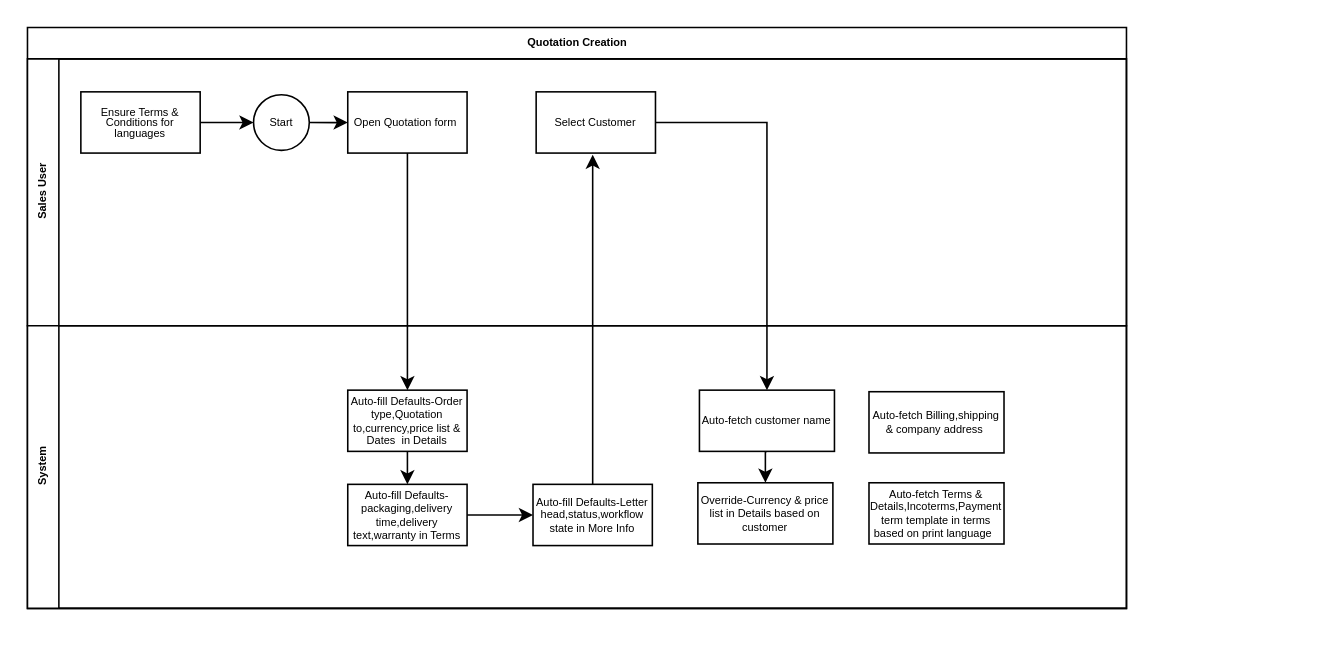
This is SGBCZ Quotation.drawio from Iswariya-LMNAs/Diagrams, a draw.io file, before an edit. Source tidied: cells renumbered, new cells numbered last; positions are measured from the earlier drawing's top-left corner, leaving out a move shared by most shapes. Both pictures are drawn from the tidied source at 157%, with x=0, y=0 at pixel (27, 27).
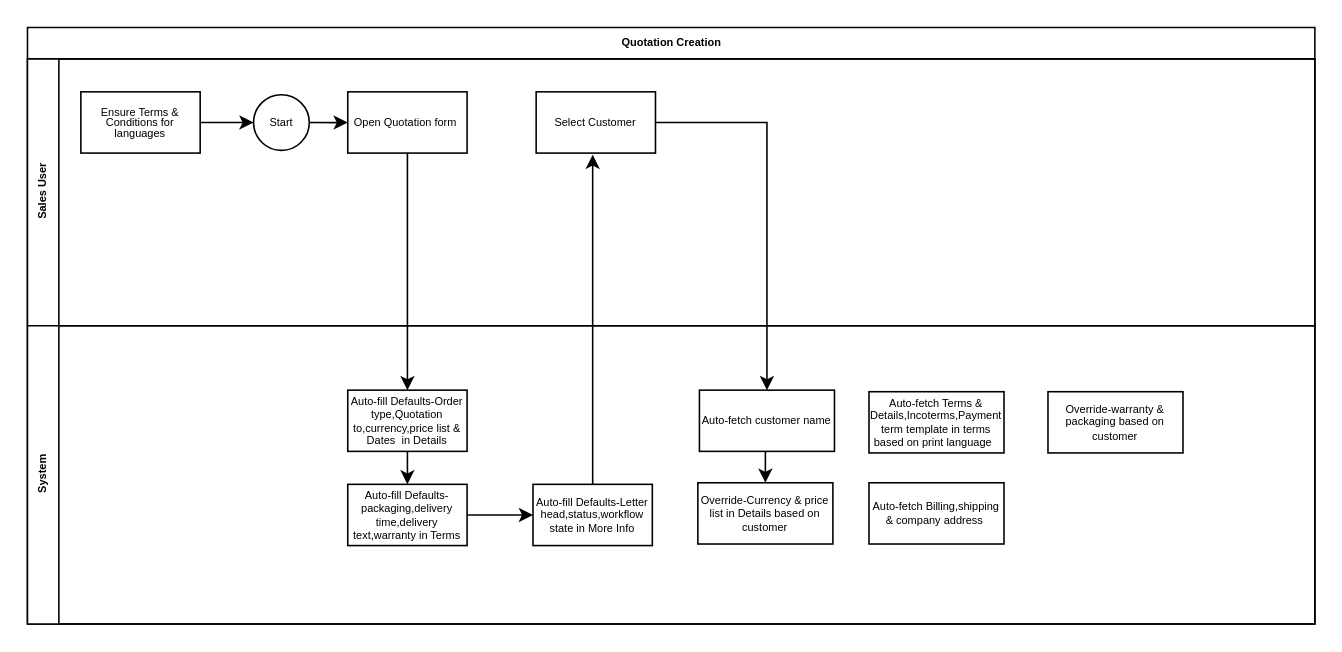
After the change.

What changed in the source:
```diff
@@
     <mxCell id="2" value="Quotation Creation" style="swimlane;horizontal=1;startSize=20;html=1;fontSize=7;" parent="1" vertex="1">
-      <mxGeometry width="700" height="370" as="geometry" />
+      <mxGeometry width="820" height="380" as="geometry" />
     </mxCell>
     <mxCell id="3" value="Sales User" style="swimlane;startSize=20;horizontal=0;html=1;fontSize=7;" parent="2" vertex="1">
-      <mxGeometry y="20" width="700" height="170" as="geometry" />
+      <mxGeometry y="20" width="820" height="170" as="geometry" />
     </mxCell>
@@
     <mxCell id="10" value="System" style="swimlane;startSize=20;horizontal=0;html=1;fontSize=7;" parent="2" vertex="1">
-      <mxGeometry y="190" width="700" height="180" as="geometry" />
+      <mxGeometry y="190" width="820" height="190" as="geometry" />
     </mxCell>
@@
-    <mxCell id="16" value="Auto-fetch Billing,shipping &amp;amp; company address&amp;nbsp;" style="rounded=0;whiteSpace=wrap;html=1;align=center;fontSize=7;" parent="10" vertex="1">
+    <mxCell id="16" value="Auto-fetch Terms &amp;amp; Details,Incoterms,Payment term template in terms based on print language&amp;nbsp;&amp;nbsp;" style="rounded=0;whiteSpace=wrap;html=1;align=center;fontSize=7;" parent="10" vertex="1">
       <mxGeometry x="536" y="42" width="86" height="39" as="geometry" />
     </mxCell>
@@
-    <mxCell id="21" value="Auto-fetch Terms &amp;amp; Details,Incoterms,Payment term template in terms based on print language&amp;nbsp;&amp;nbsp;" style="rounded=0;whiteSpace=wrap;html=1;align=center;fontSize=7;" parent="10" vertex="1">
+    <mxCell id="21" value="Auto-fetch Billing,shipping &amp;amp; company address&amp;nbsp;" style="rounded=0;whiteSpace=wrap;html=1;align=center;fontSize=7;" parent="10" vertex="1">
       <mxGeometry x="536" y="100" width="86" height="39" as="geometry" />
     </mxCell>
+    <mxCell id="24" value="Override-warranty &amp;amp; packaging based on customer" style="rounded=0;whiteSpace=wrap;html=1;align=center;fontSize=7;" parent="10" vertex="1">
+      <mxGeometry x="650" y="42" width="86" height="39" as="geometry" />
+    </mxCell>
```
